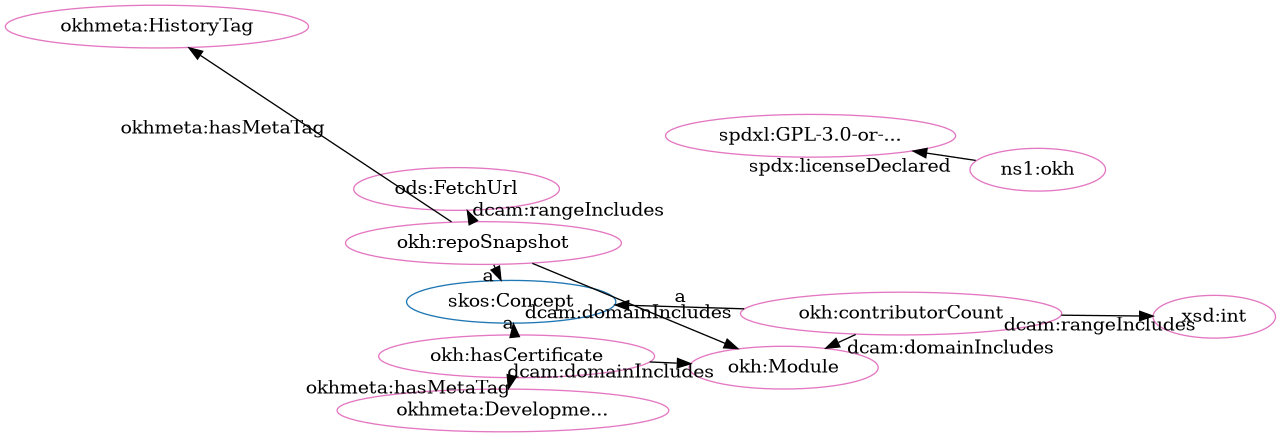
iop-alliance/OpenKnowHow keeps this Graphviz diagram as src/spec/dot_okh_proposed-clean.png. Above is the earlier version. Its source is kept beside it as src/spec/dot_okh_proposed-clean.dot.
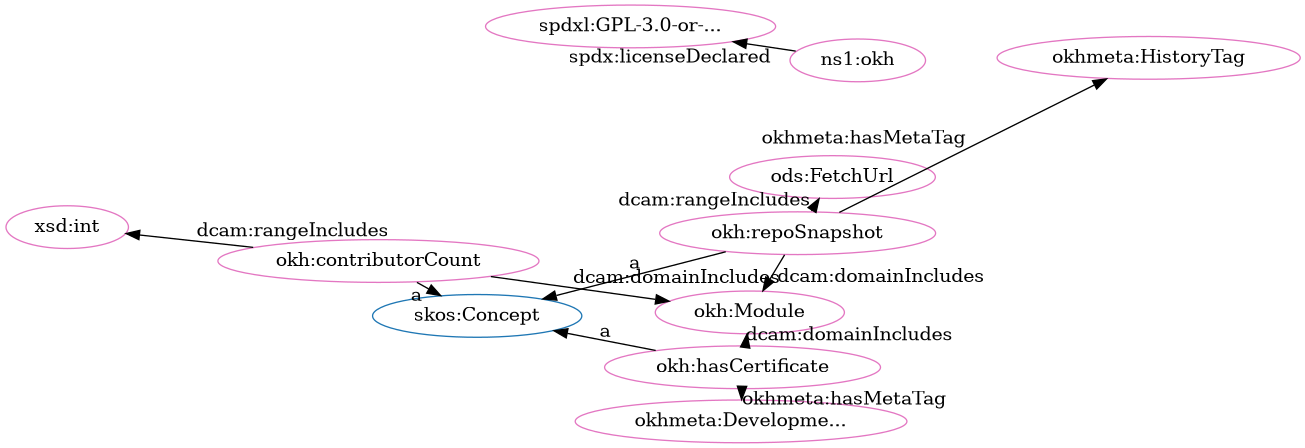
The same diagram one commit later.

Change to the diagram source:
```diff
@@ -2,25 +2,25 @@
   rankdir=BT
   node[height=.3]
 "http://www.w3.org/2004/02/skos/core#Concept" [fillcolor="#1f77b4" color="#1f77b4" label="skos:Concept"]
-"http://w3id.org/oseg/ont/okh#contributorCount" [fillcolor="#e377c2" color="#e377c2" label="okh:contributorCount"]
+"http://w3id.org/oseg/ont/okh#repoSnapshot" [fillcolor="#e377c2" color="#e377c2" label="okh:repoSnapshot"]
 "http://w3id.org/oseg/ont/okh#hasCertificate" [fillcolor="#e377c2" color="#e377c2" label="okh:hasCertificate"]
-"http://w3id.org/oseg/ont/okh#repoSnapshot" [fillcolor="#e377c2" color="#e377c2" label="okh:repoSnapshot"]
 "http://w3id.org/oseg/ont/okh#Module" [fillcolor="#e377c2" color="#e377c2" label="okh:Module"]
 "http://w3id.org/oseg/ont/ods#FetchUrl" [fillcolor="#e377c2" color="#e377c2" label="ods:FetchUrl"]
+"http://w3id.org/oseg/ont/okh#contributorCount" [fillcolor="#e377c2" color="#e377c2" label="okh:contributorCount"]
+"http://spdx.org/licenses/GPL-3.0-or-later" [fillcolor="#e377c2" color="#e377c2" label="spdxl:GPL-3.0-or-..."]
+"http://www.w3.org/2001/XMLSchema#int" [fillcolor="#e377c2" color="#e377c2" label="xsd:int"]
+"http://w3id.org/oseg/ont/okh" [fillcolor="#e377c2" color="#e377c2" label="ns1:okh"]
+"http://w3id.org/oseg/ont/okhmeta#DevelopmentTag" [fillcolor="#e377c2" color="#e377c2" label="okhmeta:Developme..."]
 "http://w3id.org/oseg/ont/okhmeta#HistoryTag" [fillcolor="#e377c2" color="#e377c2" label="okhmeta:HistoryTag"]
-"http://www.w3.org/2001/XMLSchema#int" [fillcolor="#e377c2" color="#e377c2" label="xsd:int"]
-"http://spdx.org/licenses/GPL-3.0-or-later" [fillcolor="#e377c2" color="#e377c2" label="spdxl:GPL-3.0-or-..."]
-"http://w3id.org/oseg/ont/okhmeta#DevelopmentTag" [fillcolor="#e377c2" color="#e377c2" label="okhmeta:Developme..."]
-"http://w3id.org/oseg/ont/okh" [fillcolor="#e377c2" color="#e377c2" label="ns1:okh"]
+  "http://w3id.org/oseg/ont/okh#repoSnapshot" -> "http://www.w3.org/2004/02/skos/core#Concept" [label="a"]
+  "http://w3id.org/oseg/ont/okh#hasCertificate" -> "http://www.w3.org/2004/02/skos/core#Concept" [label="a"]
+  "http://w3id.org/oseg/ont/okh#repoSnapshot" -> "http://w3id.org/oseg/ont/ods#FetchUrl" [label="dcam:rangeIncludes"]
+  "http://w3id.org/oseg/ont/okh#contributorCount" -> "http://www.w3.org/2004/02/skos/core#Concept" [label="a"]
+  "http://w3id.org/oseg/ont/okh#contributorCount" -> "http://www.w3.org/2001/XMLSchema#int" [label="dcam:rangeIncludes"]
+  "http://w3id.org/oseg/ont/okh#hasCertificate" -> "http://w3id.org/oseg/ont/okhmeta#DevelopmentTag" [label="okhmeta:hasMetaTag"]
   "http://w3id.org/oseg/ont/okh#repoSnapshot" -> "http://w3id.org/oseg/ont/okh#Module" [label="dcam:domainIncludes"]
-  "http://w3id.org/oseg/ont/okh#repoSnapshot" -> "http://w3id.org/oseg/ont/ods#FetchUrl" [label="dcam:rangeIncludes"]
+  "http://w3id.org/oseg/ont/okh#hasCertificate" -> "http://w3id.org/oseg/ont/okh#Module" [label="dcam:domainIncludes"]
+  "http://w3id.org/oseg/ont/okh" -> "http://spdx.org/licenses/GPL-3.0-or-later" [label="spdx:licenseDeclared"]
+  "http://w3id.org/oseg/ont/okh#contributorCount" -> "http://w3id.org/oseg/ont/okh#Module" [label="dcam:domainIncludes"]
   "http://w3id.org/oseg/ont/okh#repoSnapshot" -> "http://w3id.org/oseg/ont/okhmeta#HistoryTag" [label="okhmeta:hasMetaTag"]
-  "http://w3id.org/oseg/ont/okh#contributorCount" -> "http://www.w3.org/2004/02/skos/core#Concept" [label="a"]
-  "http://w3id.org/oseg/ont/okh#hasCertificate" -> "http://www.w3.org/2004/02/skos/core#Concept" [label="a"]
-  "http://w3id.org/oseg/ont/okh#hasCertificate" -> "http://w3id.org/oseg/ont/okh#Module" [label="dcam:domainIncludes"]
-  "http://w3id.org/oseg/ont/okh#contributorCount" -> "http://w3id.org/oseg/ont/okh#Module" [label="dcam:domainIncludes"]
-  "http://w3id.org/oseg/ont/okh#contributorCount" -> "http://www.w3.org/2001/XMLSchema#int" [label="dcam:rangeIncludes"]
-  "http://w3id.org/oseg/ont/okh" -> "http://spdx.org/licenses/GPL-3.0-or-later" [label="spdx:licenseDeclared"]
-  "http://w3id.org/oseg/ont/okh#hasCertificate" -> "http://w3id.org/oseg/ont/okhmeta#DevelopmentTag" [label="okhmeta:hasMetaTag"]
-  "http://w3id.org/oseg/ont/okh#repoSnapshot" -> "http://www.w3.org/2004/02/skos/core#Concept" [label="a"]
 }
```
